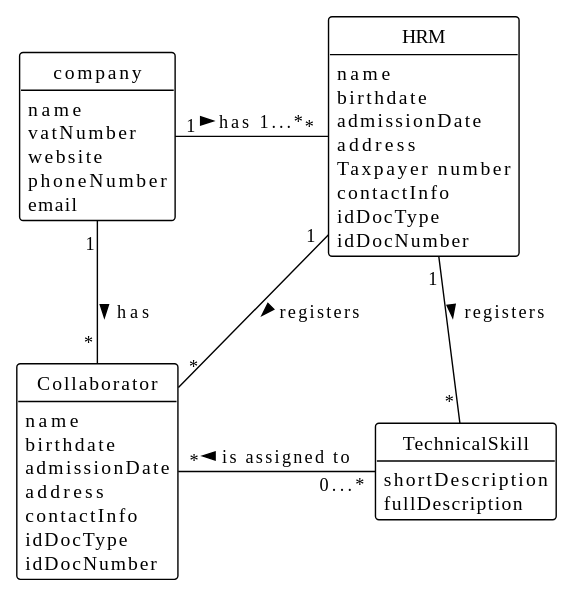
This is docs/sprintA/us004/02.analysis/svg/us004-domain-model.svg from RicardoMorim/lapr2-ISEP-Project, a PlantUML export, as it was before one commit.
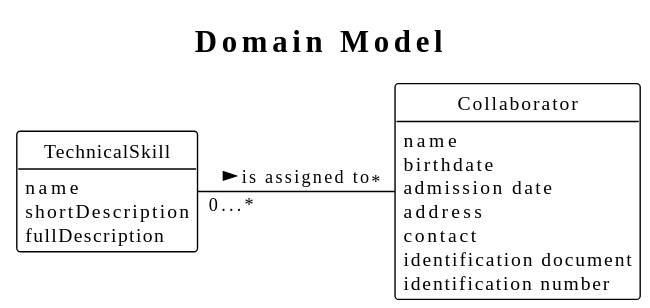
After the commit.

The edit, as a diff of the source:
```diff
@@ -2,46 +2,28 @@
 !theme plain
 
 
+title Domain Model
+
 hide methods
 hide circle
 
-class company{
-         name
-         vatNumber
-         website
-         phoneNumber
-         email
-}
+
 
 class Collaborator {
-     name
-     birthdate
-     admissionDate
-     address
-     contactInfo
-     idDocType
-     idDocNumber
+    name
+    birthdate
+    admission date
+    address
+    contact
+    identification document
+    identification number
 }
 
 class TechnicalSkill {
+        name
         shortDescription
         fullDescription
 }
 
-class HRM {
-    name
-    birthdate
-    admissionDate
-    address
-    Taxpayer number
-    contactInfo
-    idDocType
-    idDocNumber
-}
-
-company "1" - "*" HRM : has 1...* >
-company "1" -- "*" Collaborator : has >
-HRM "1" -- "*" TechnicalSkill : registers >
-HRM "1" - "*" Collaborator : registers >
-TechnicalSkill "0...*" -left "*" Collaborator : is assigned to >
+TechnicalSkill "0...*" - "*" Collaborator : is assigned to >
 @enduml
```
